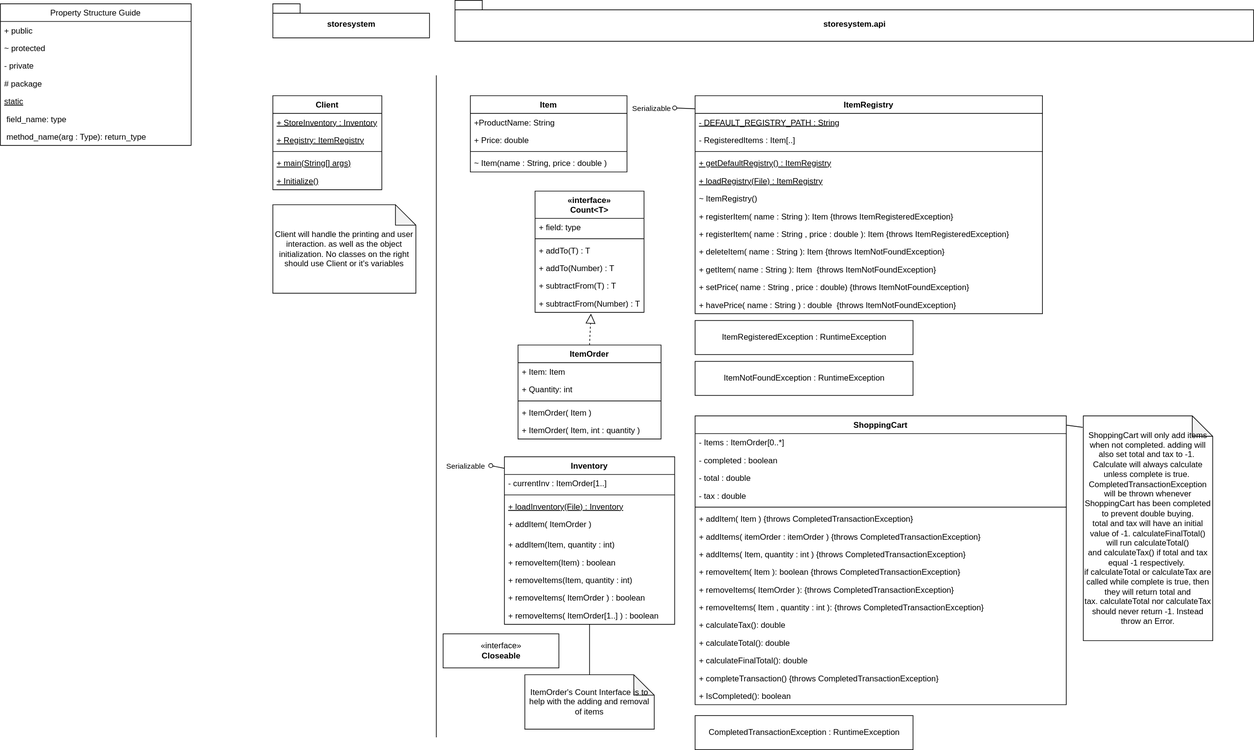
Earlier version of the draw.io export Diagram.svg (merlin2v/StoreSystem). Source tidied: cells renumbered, new cells last; positions are measured from the earlier drawing's top-left corner, leaving out a move shared by most shapes.
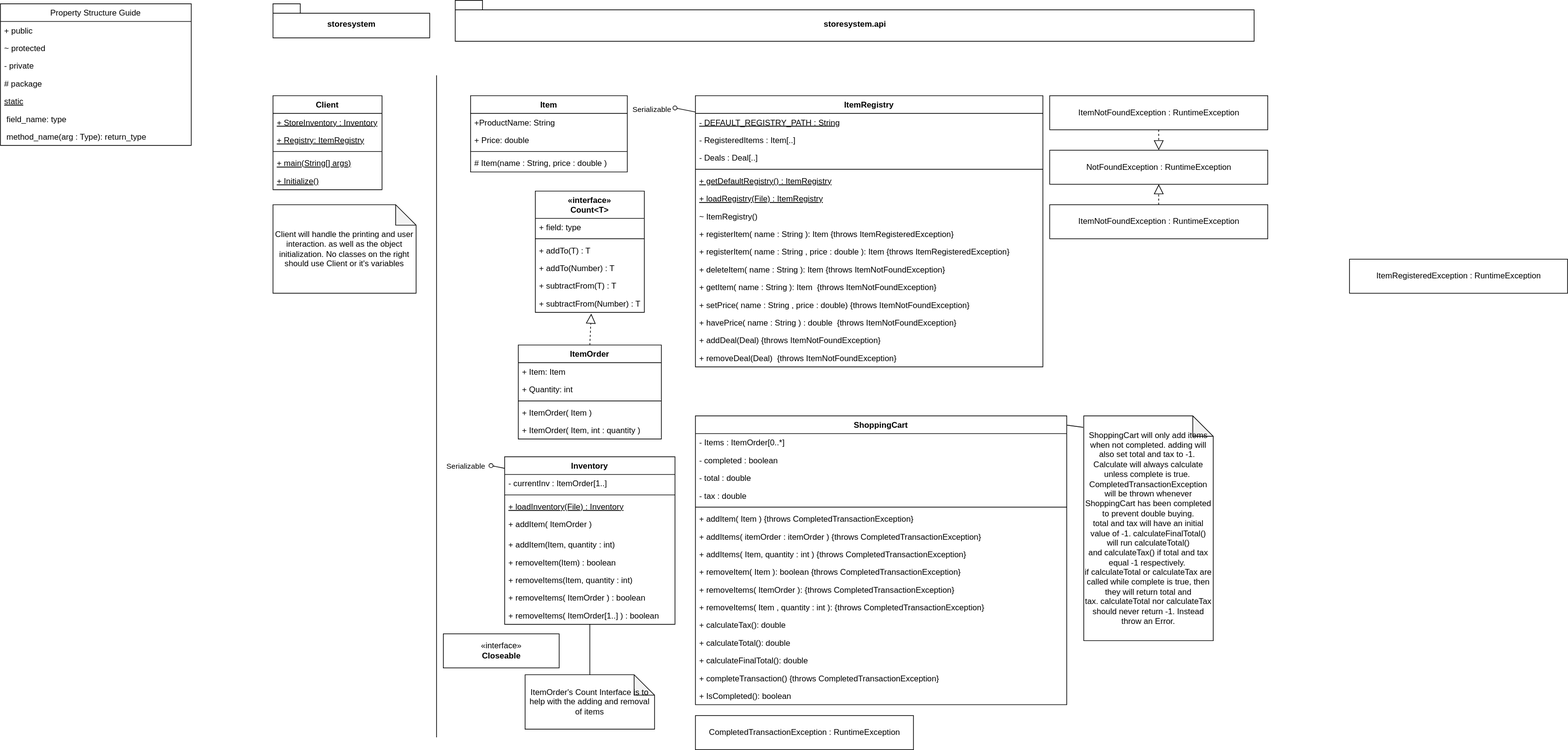
Above is the later version.

What changed in the source:
```diff
@@ -14,7 +14,7 @@
     <mxCell id="5" style="line;strokeWidth=1;fillColor=none;align=left;verticalAlign=middle;spacingTop=-1;spacingLeft=3;spacingRight=3;labelPosition=right;fontFamily=Helvetica;" parent="2" vertex="1">
       <mxGeometry y="78" width="230" height="8" as="geometry" />
     </mxCell>
-    <mxCell id="6" value="~ Item(name : String, price : double )" style="text;strokeColor=none;fillColor=none;align=left;verticalAlign=top;spacingLeft=4;spacingRight=4;overflow=hidden;fontFamily=Helvetica;" parent="2" vertex="1">
+    <mxCell id="6" value="# Item(name : String, price : double )" style="text;strokeColor=none;fillColor=none;align=left;verticalAlign=top;spacingLeft=4;spacingRight=4;overflow=hidden;fontFamily=Helvetica;" parent="2" vertex="1">
       <mxGeometry y="86" width="230" height="26" as="geometry" />
     </mxCell>
     <mxCell id="7" value="ItemOrder" style="swimlane;fontStyle=1;align=center;verticalAlign=top;horizontal=1;startSize=26;fontFamily=Helvetica;" parent="1" vertex="1">
@@ -87,7 +87,7 @@
       <mxGeometry y="398" width="545" height="26" as="geometry" />
     </mxCell>
     <mxCell id="30" value="ItemRegistry" style="swimlane;fontStyle=1;align=center;verticalAlign=top;horizontal=1;startSize=26;fillColor=none;gradientColor=none;fontFamily=Helvetica;" parent="1" vertex="1">
-      <mxGeometry x="1020" y="140" width="510" height="320" as="geometry" />
+      <mxGeometry x="1020" y="140" width="510" height="398" as="geometry" />
     </mxCell>
     <mxCell id="31" value="- DEFAULT_REGISTRY_PATH : String" style="text;strokeColor=none;fillColor=none;align=left;verticalAlign=top;spacingLeft=4;spacingRight=4;overflow=hidden;fontFamily=Helvetica;fontStyle=4;" parent="30" vertex="1">
       <mxGeometry y="26" width="510" height="26" as="geometry" />
@@ -95,36 +95,45 @@
     <mxCell id="32" value="- RegisteredItems : Item[..]" style="text;strokeColor=none;fillColor=none;align=left;verticalAlign=top;spacingLeft=4;spacingRight=4;overflow=hidden;fontFamily=Helvetica;" parent="30" vertex="1">
       <mxGeometry y="52" width="510" height="26" as="geometry" />
     </mxCell>
+    <mxCell id="91" value="- Deals : Deal[..]" style="text;strokeColor=none;fillColor=none;align=left;verticalAlign=top;spacingLeft=4;spacingRight=4;overflow=hidden;fontFamily=Helvetica;" parent="30" vertex="1">
+      <mxGeometry y="78" width="510" height="26" as="geometry" />
+    </mxCell>
     <mxCell id="33" style="line;strokeWidth=1;fillColor=none;align=left;verticalAlign=middle;spacingTop=-1;spacingLeft=3;spacingRight=3;labelPosition=right;fontFamily=Helvetica;" parent="30" vertex="1">
-      <mxGeometry y="78" width="510" height="8" as="geometry" />
+      <mxGeometry y="104" width="510" height="8" as="geometry" />
     </mxCell>
     <mxCell id="34" value="+ getDefaultRegistry() : ItemRegistry" style="text;strokeColor=none;fillColor=none;align=left;verticalAlign=top;spacingLeft=4;spacingRight=4;overflow=hidden;fontFamily=Helvetica;fontStyle=4;" parent="30" vertex="1">
-      <mxGeometry y="86" width="510" height="26" as="geometry" />
+      <mxGeometry y="112" width="510" height="26" as="geometry" />
     </mxCell>
     <mxCell id="35" value="+ loadRegistry(File) : ItemRegistry" style="text;strokeColor=none;fillColor=none;align=left;verticalAlign=top;spacingLeft=4;spacingRight=4;overflow=hidden;fontFamily=Helvetica;fontStyle=4;" parent="30" vertex="1">
-      <mxGeometry y="112" width="510" height="26" as="geometry" />
+      <mxGeometry y="138" width="510" height="26" as="geometry" />
     </mxCell>
     <mxCell id="36" value="~ ItemRegistry()" style="text;strokeColor=none;fillColor=none;align=left;verticalAlign=top;spacingLeft=4;spacingRight=4;overflow=hidden;fontFamily=Helvetica;fontStyle=0;" parent="30" vertex="1">
-      <mxGeometry y="138" width="510" height="26" as="geometry" />
+      <mxGeometry y="164" width="510" height="26" as="geometry" />
     </mxCell>
     <mxCell id="37" value="+ registerItem( name : String ): Item {throws ItemRegisteredException}" style="text;strokeColor=none;fillColor=none;align=left;verticalAlign=top;spacingLeft=4;spacingRight=4;overflow=hidden;fontFamily=Helvetica;" parent="30" vertex="1">
-      <mxGeometry y="164" width="510" height="26" as="geometry" />
+      <mxGeometry y="190" width="510" height="26" as="geometry" />
     </mxCell>
     <mxCell id="38" value="+ registerItem( name : String , price : double ): Item {throws ItemRegisteredException}" style="text;strokeColor=none;fillColor=none;align=left;verticalAlign=top;spacingLeft=4;spacingRight=4;overflow=hidden;fontFamily=Helvetica;" parent="30" vertex="1">
-      <mxGeometry y="190" width="510" height="26" as="geometry" />
+      <mxGeometry y="216" width="510" height="26" as="geometry" />
     </mxCell>
     <mxCell id="39" value="+ deleteItem( name : String ): Item {throws ItemNotFoundException}" style="text;strokeColor=none;fillColor=none;align=left;verticalAlign=top;spacingLeft=4;spacingRight=4;overflow=hidden;fontFamily=Helvetica;" parent="30" vertex="1">
-      <mxGeometry y="216" width="510" height="26" as="geometry" />
+      <mxGeometry y="242" width="510" height="26" as="geometry" />
     </mxCell>
     <mxCell id="40" value="+ getItem( name : String ): Item  {throws ItemNotFoundException}" style="text;strokeColor=none;fillColor=none;align=left;verticalAlign=top;spacingLeft=4;spacingRight=4;overflow=hidden;fontFamily=Helvetica;" parent="30" vertex="1">
-      <mxGeometry y="242" width="510" height="26" as="geometry" />
+      <mxGeometry y="268" width="510" height="26" as="geometry" />
     </mxCell>
     <mxCell id="41" value="+ setPrice( name : String , price : double) {throws ItemNotFoundException}" style="text;strokeColor=none;fillColor=none;align=left;verticalAlign=top;spacingLeft=4;spacingRight=4;overflow=hidden;fontFamily=Helvetica;" parent="30" vertex="1">
-      <mxGeometry y="268" width="510" height="26" as="geometry" />
+      <mxGeometry y="294" width="510" height="26" as="geometry" />
     </mxCell>
     <mxCell id="42" value="+ havePrice( name : String ) : double  {throws ItemNotFoundException}" style="text;strokeColor=none;fillColor=none;align=left;verticalAlign=top;spacingLeft=4;spacingRight=4;overflow=hidden;fontFamily=Helvetica;" parent="30" vertex="1">
-      <mxGeometry y="294" width="510" height="26" as="geometry" />
+      <mxGeometry y="320" width="510" height="26" as="geometry" />
     </mxCell>
+    <mxCell id="92" value="+ addDeal(Deal) {throws ItemNotFoundException}" style="text;strokeColor=none;fillColor=none;align=left;verticalAlign=top;spacingLeft=4;spacingRight=4;overflow=hidden;fontFamily=Helvetica;" parent="30" vertex="1">
+      <mxGeometry y="346" width="510" height="26" as="geometry" />
+    </mxCell>
+    <mxCell id="93" value="+ removeDeal(Deal)  {throws ItemNotFoundException}" style="text;strokeColor=none;fillColor=none;align=left;verticalAlign=top;spacingLeft=4;spacingRight=4;overflow=hidden;fontFamily=Helvetica;" parent="30" vertex="1">
+      <mxGeometry y="372" width="510" height="26" as="geometry" />
+    </mxCell>
     <mxCell id="43" value="«interface»&lt;br&gt;&lt;b&gt;Closeable&lt;/b&gt;" style="html=1;startSize=26;fillColor=none;" parent="1" vertex="1">
       <mxGeometry x="650" y="930" width="170" height="50" as="geometry" />
     </mxCell>
@@ -153,7 +162,7 @@
       <mxGeometry relative="1" as="geometry" />
     </mxCell>
     <mxCell id="52" value="ItemNotFoundException : RuntimeException" style="html=1;startSize=26;strokeColor=#000000;fillColor=none;" parent="1" vertex="1">
-      <mxGeometry x="1020" y="530" width="320" height="50" as="geometry" />
+      <mxGeometry x="1540" y="300" width="320" height="50" as="geometry" />
     </mxCell>
     <mxCell id="53" value="CompletedTransactionException : RuntimeException" style="html=1;startSize=26;strokeColor=#000000;fillColor=none;" parent="1" vertex="1">
       <mxGeometry x="1020" y="1050" width="320" height="50" as="geometry" />
@@ -165,7 +174,7 @@
       <mxGeometry relative="1" as="geometry" />
     </mxCell>
     <mxCell id="56" value="ItemRegisteredException : RuntimeException" style="html=1;startSize=26;strokeColor=#000000;fillColor=none;" parent="1" vertex="1">
-      <mxGeometry x="1020" y="470" width="320" height="50" as="geometry" />
+      <mxGeometry x="1980" y="380" width="320" height="50" as="geometry" />
     </mxCell>
     <mxCell id="57" value="Inventory" style="swimlane;fontStyle=1;align=center;verticalAlign=top;horizontal=1;startSize=26;fillColor=none;" parent="1" vertex="1">
       <mxGeometry x="740" y="670" width="250" height="246" as="geometry" />
@@ -280,5 +289,17 @@
     <mxCell id="90" value=" method_name(arg : Type): return_type" style="text;strokeColor=none;fillColor=none;align=left;verticalAlign=top;spacingLeft=4;spacingRight=4;overflow=hidden;" parent="83" vertex="1">
       <mxGeometry y="182" width="280" height="26" as="geometry" />
     </mxCell>
+    <mxCell id="94" value="NotFoundException : RuntimeException" style="html=1;startSize=26;strokeColor=#000000;fillColor=none;" parent="1" vertex="1">
+      <mxGeometry x="1540" y="220" width="320" height="50" as="geometry" />
+    </mxCell>
+    <mxCell id="95" style="endArrow=block;dashed=1;endFill=0;endSize=12;html=1;fontFamily=Helvetica;exitX=0.5;exitY=1;exitDx=0;exitDy=0;entryX=0.5;entryY=0;entryDx=0;entryDy=0;" parent="1" edge="1" source="97" target="94">
+      <mxGeometry relative="1" as="geometry" />
+    </mxCell>
+    <mxCell id="96" style="endArrow=block;dashed=1;endFill=0;endSize=12;html=1;fontFamily=Helvetica;entryX=0.5;entryY=1;entryDx=0;entryDy=0;exitX=0.5;exitY=0;exitDx=0;exitDy=0;" parent="1" edge="1" source="52" target="94">
+      <mxGeometry relative="1" as="geometry" />
+    </mxCell>
+    <mxCell id="97" value="ItemNotFoundException : RuntimeException" style="html=1;startSize=26;strokeColor=#000000;fillColor=none;" parent="1" vertex="1">
+      <mxGeometry x="1540" y="140" width="320" height="50" as="geometry" />
+    </mxCell>
   </root>
 </mxGraphModel>
```
